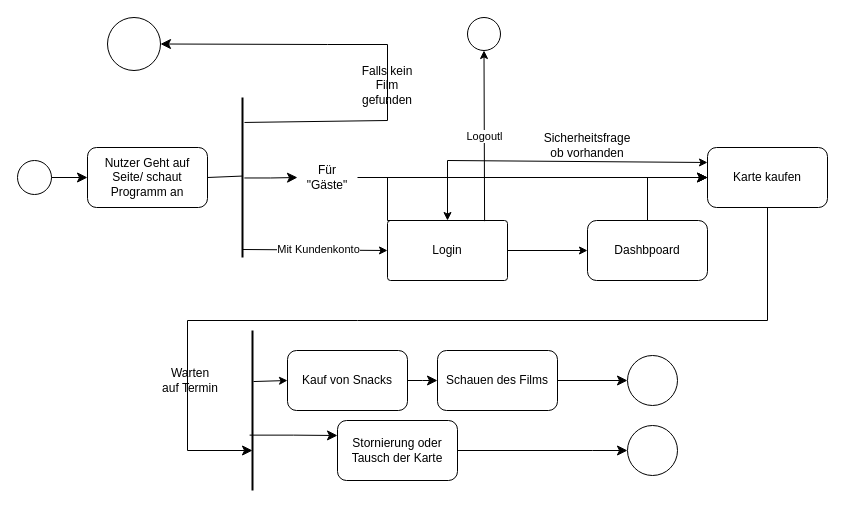
This is src/main/asciidoc/models/analysis/Aktivität/NutzerDiagramm.drawio from Leonard0108/Anwendungsprogrammierung, a draw.io file, before an edit. Source tidied: cells renumbered, new cells numbered last; positions are measured from the earlier drawing's top-left corner, leaving out a move shared by most shapes. Both pictures are drawn from the tidied source at 100%, with x=0, y=0 at pixel (17, 17).
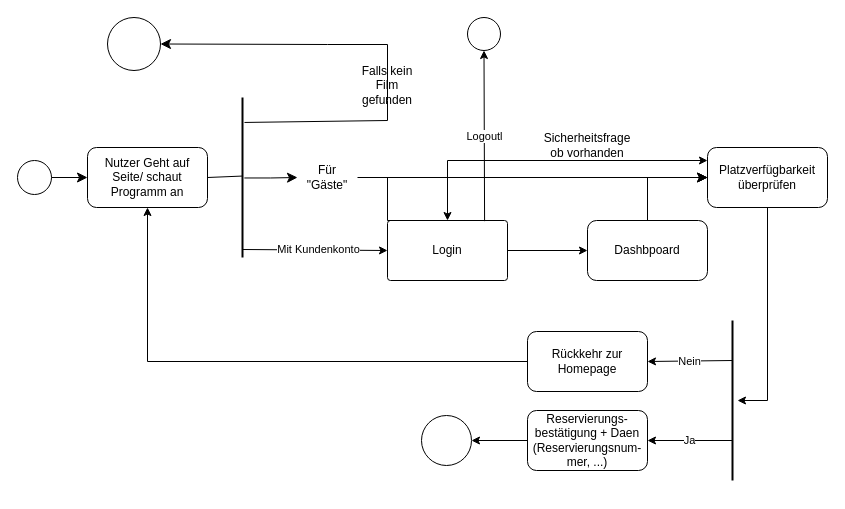
The same page after the edit.

Commit message (it also covers changes not shown here):
Grundlegende Erweiterung der Diagramme. Neue Datei mit finalem Kauf eenthalten. Muss noch überarbeitet werden.

Unchanged cells that the change refers to:
```xml
<mxCell id="3" value="Nutzer Geht auf Seite/ schaut Programm an" style="rounded=1;whiteSpace=wrap;html=1;" parent="1" vertex="1">
  <mxGeometry x="70" y="130" width="120" height="60" as="geometry" />
</mxCell>
```

The edit, as a diff of the source:
```diff
@@
-    <mxCell id="9" value="Karte kaufen" style="rounded=1;whiteSpace=wrap;html=1;" parent="1" vertex="1">
+    <mxCell id="9" value="Platzverfügbarkeit überprüfen" style="rounded=1;whiteSpace=wrap;html=1;" parent="1" vertex="1">
       <mxGeometry x="690" y="130" width="120" height="60" as="geometry" />
     </mxCell>
@@
-    <mxCell id="13" value="Stornierung oder Tausch der Karte" style="rounded=1;whiteSpace=wrap;html=1;" parent="1" vertex="1">
-      <mxGeometry x="320" y="403" width="120" height="60" as="geometry" />
-    </mxCell>
-    <mxCell id="14" style="line;strokeWidth=2;direction=south;html=1;" parent="1" vertex="1">
-      <mxGeometry x="230" y="313" width="10" height="160" as="geometry" />
-    </mxCell>
-    <mxCell id="15" style="edgeStyle=elbowEdgeStyle;elbow=horizontal;endArrow=classic;html=1;curved=0;rounded=0;endSize=8;startSize=8;entryX=0.75;entryY=0.5;entryDx=0;entryDy=0;entryPerimeter=0;" parent="1" edge="1" target="14">
-      <mxGeometry relative="1" as="geometry">
-        <mxPoint x="340" y="303" as="sourcePoint" />
-        <Array as="points">
-          <mxPoint x="170" y="323" />
-        </Array>
-      </mxGeometry>
-    </mxCell>
-    <mxCell id="16" style="endArrow=none;html=1;rounded=0;entryX=0.5;entryY=1;entryDx=0;entryDy=0;" parent="1" edge="1" target="9">
-      <mxGeometry relative="1" as="geometry">
-        <mxPoint x="340" y="303" as="sourcePoint" />
-        <Array as="points">
-          <mxPoint x="750" y="303" />
-        </Array>
-      </mxGeometry>
-    </mxCell>
-    <mxCell id="17" value="Schauen des Films" style="rounded=1;whiteSpace=wrap;html=1;" parent="1" vertex="1">
-      <mxGeometry x="420" y="333" width="120" height="60" as="geometry" />
-    </mxCell>
-    <mxCell id="18" style="edgeStyle=elbowEdgeStyle;elbow=horizontal;endArrow=classic;html=1;curved=0;rounded=0;endSize=8;startSize=8;exitX=0.654;exitY=0.79;exitDx=0;exitDy=0;exitPerimeter=0;entryX=0;entryY=0.25;entryDx=0;entryDy=0;" parent="1" edge="1" source="14" target="13">
-      <mxGeometry relative="1" as="geometry" />
-    </mxCell>
-    <mxCell id="19" value="Warten auf Termin" style="text;html=1;align=center;verticalAlign=middle;whiteSpace=wrap;rounded=0;" parent="1" vertex="1">
-      <mxGeometry x="143" y="348" width="60" height="30" as="geometry" />
-    </mxCell>
-    <mxCell id="20" style="ellipse;whiteSpace=wrap;html=1;" parent="1" vertex="1">
-      <mxGeometry x="610" y="338" width="50" height="50" as="geometry" />
-    </mxCell>
-    <mxCell id="21" style="edgeStyle=segmentEdgeStyle;endArrow=classic;html=1;curved=0;rounded=0;endSize=8;startSize=8;exitX=1;exitY=0.5;exitDx=0;exitDy=0;entryX=0;entryY=0.5;entryDx=0;entryDy=0;" parent="1" edge="1" source="17" target="20">
-      <mxGeometry relative="1" as="geometry" />
-    </mxCell>
-    <mxCell id="22" style="edgeStyle=elbowEdgeStyle;elbow=horizontal;endArrow=classic;html=1;curved=0;rounded=0;endSize=8;startSize=8;exitX=1;exitY=0.5;exitDx=0;exitDy=0;entryX=0;entryY=0.5;entryDx=0;entryDy=0;" parent="1" edge="1" source="13" target="30">
-      <mxGeometry relative="1" as="geometry">
-        <Array as="points">
-          <mxPoint x="575" y="433" />
-        </Array>
-      </mxGeometry>
-    </mxCell>
@@
-    <mxCell id="29" style="endArrow=classic;startArrow=classic;html=1;rounded=0;entryX=0;entryY=0.25;entryDx=0;entryDy=0;" parent="1" edge="1" target="9">
+    <mxCell id="29" style="endArrow=classic;startArrow=classic;html=1;rounded=0;" parent="1" edge="1">
       <mxGeometry relative="1" as="geometry">
         <mxPoint x="430" y="203" as="sourcePoint" />
+        <mxPoint x="690" y="143" as="targetPoint" />
         <Array as="points">
           <mxPoint x="430" y="143" />
         </Array>
       </mxGeometry>
     </mxCell>
-    <mxCell id="30" style="ellipse;whiteSpace=wrap;html=1;" parent="1" vertex="1">
-      <mxGeometry x="610" y="408" width="50" height="50" as="geometry" />
-    </mxCell>
@@
-    <mxCell id="36" value="Kauf von Snacks" style="rounded=1;whiteSpace=wrap;html=1;" parent="1" vertex="1">
-      <mxGeometry x="270" y="333" width="120" height="60" as="geometry" />
-    </mxCell>
-    <mxCell id="37" style="edgeStyle=elbowEdgeStyle;elbow=horizontal;endArrow=classic;html=1;curved=0;rounded=0;endSize=8;startSize=8;entryX=0;entryY=0.5;entryDx=0;entryDy=0;exitX=1;exitY=0.5;exitDx=0;exitDy=0;" parent="1" edge="1" source="36" target="17">
-      <mxGeometry relative="1" as="geometry" />
-    </mxCell>
@@
-    <mxCell id="41" style="endArrow=classic;html=1;rounded=0;entryX=0;entryY=0.5;entryDx=0;entryDy=0;exitX=0.319;exitY=0.4;exitDx=0;exitDy=0;exitPerimeter=0;" parent="1" edge="1" source="14" target="36">
-      <mxGeometry relative="1" as="geometry" />
-    </mxCell>
+    <mxCell id="42" style="endArrow=classic;html=1;rounded=0;exitX=0.5;exitY=1;exitDx=0;exitDy=0;" parent="1" edge="1" source="9">
+      <mxGeometry relative="1" as="geometry">
+        <mxPoint x="720" y="383" as="targetPoint" />
+        <Array as="points">
+          <mxPoint x="750" y="383" />
+        </Array>
+      </mxGeometry>
+    </mxCell>
+    <mxCell id="43" style="ellipse;whiteSpace=wrap;html=1;" parent="1" vertex="1">
+      <mxGeometry x="404" y="398" width="50" height="50" as="geometry" />
+    </mxCell>
+    <mxCell id="44" value="Rückkehr zur Homepage" style="rounded=1;whiteSpace=wrap;html=1;" parent="1" vertex="1">
+      <mxGeometry x="510" y="314" width="120" height="60" as="geometry" />
+    </mxCell>
+    <mxCell id="45" style="line;strokeWidth=2;direction=south;html=1;" parent="1" vertex="1">
+      <mxGeometry x="710" y="303" width="10" height="160" as="geometry" />
+    </mxCell>
+    <mxCell id="46" value="Nein&lt;br&gt;" style="endArrow=classic;html=1;rounded=0;exitX=0.25;exitY=0.5;exitDx=0;exitDy=0;exitPerimeter=0;entryX=1;entryY=0.5;entryDx=0;entryDy=0;" parent="1" edge="1" source="45" target="44">
+      <mxGeometry relative="1" as="geometry" />
+    </mxCell>
+    <mxCell id="47" value="Ja" style="endArrow=classic;html=1;rounded=0;exitX=0.75;exitY=0.5;exitDx=0;exitDy=0;exitPerimeter=0;entryX=1;entryY=0.5;entryDx=0;entryDy=0;" parent="1" edge="1" source="45" target="48">
+      <mxGeometry relative="1" as="geometry" />
+    </mxCell>
+    <mxCell id="48" value="Reservierungs-bestätigung + Daen (Reservierungsnum-&lt;br&gt;mer, ...)" style="rounded=1;whiteSpace=wrap;html=1;" parent="1" vertex="1">
+      <mxGeometry x="510" y="393" width="120" height="60" as="geometry" />
+    </mxCell>
+    <mxCell id="49" style="endArrow=classic;html=1;rounded=0;exitX=0;exitY=0.5;exitDx=0;exitDy=0;entryX=1;entryY=0.5;entryDx=0;entryDy=0;" parent="1" edge="1" source="48" target="43">
+      <mxGeometry relative="1" as="geometry" />
+    </mxCell>
+    <mxCell id="50" style="endArrow=classic;html=1;rounded=0;exitX=0;exitY=0.5;exitDx=0;exitDy=0;entryX=0.5;entryY=1;entryDx=0;entryDy=0;" parent="1" edge="1" source="44" target="3">
+      <mxGeometry relative="1" as="geometry">
+        <Array as="points">
+          <mxPoint x="130" y="344" />
+        </Array>
+      </mxGeometry>
+    </mxCell>
```
